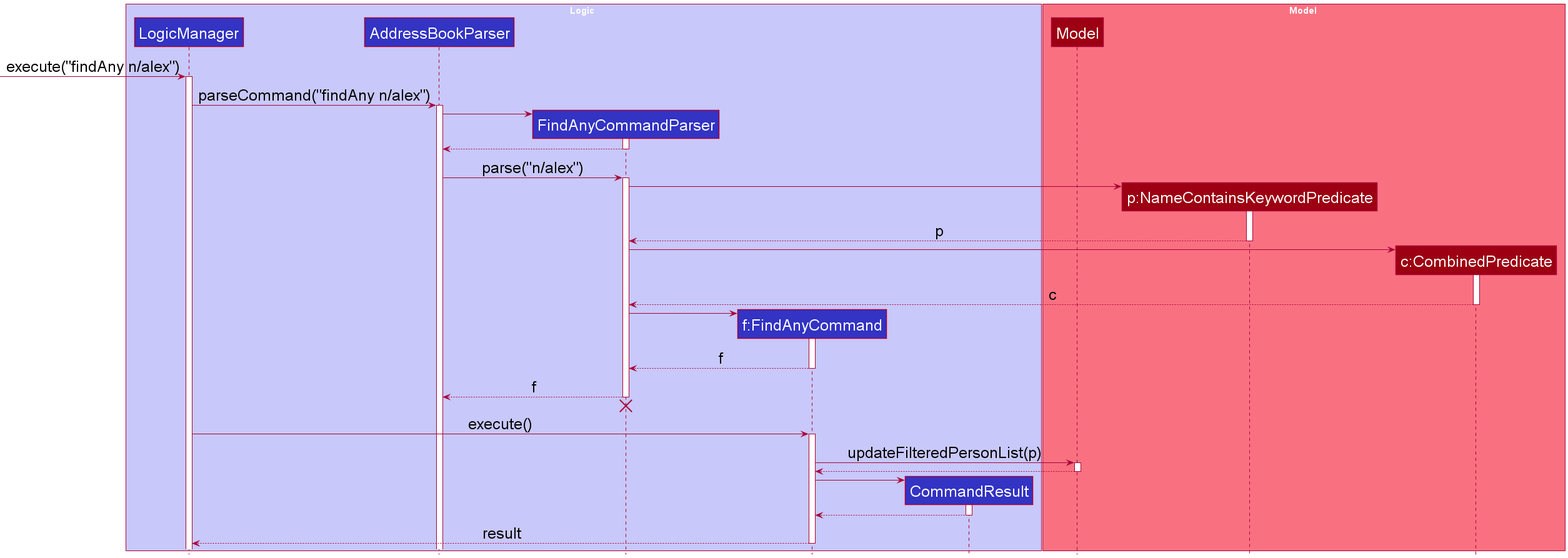
Before: docs/images/FindSequenceDiagram.png, a diagram exported from PlantUML (pranav-ganesh/tp).
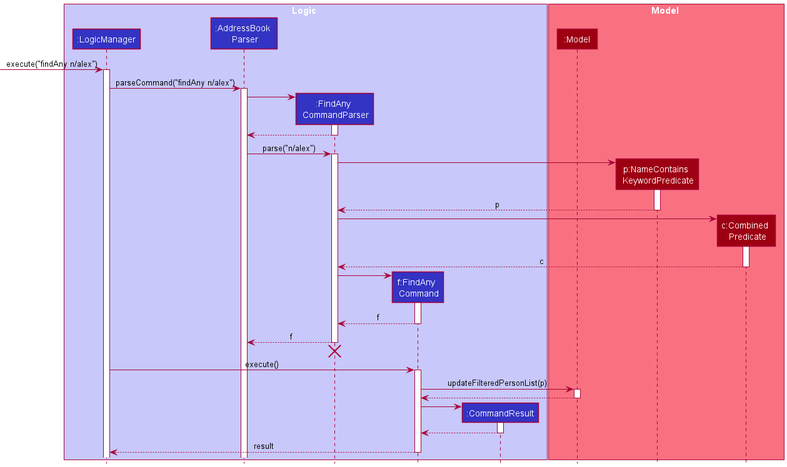
After the change.

What changed in the source:
```diff
@@ -1,23 +1,18 @@
 @startuml
 !include style.puml
 
-skinparam sequence {
-    ParticipantFontSize 25
-    ArrowFontSize 25
-}
-
 box Logic LOGIC_COLOR_T1
-participant LogicManager LOGIC_COLOR
-participant AddressBookParser LOGIC_COLOR
-participant FindAnyCommandParser LOGIC_COLOR
-participant "f:FindAnyCommand" as FindAnyCommand LOGIC_COLOR
-participant CommandResult LOGIC_COLOR
+participant ":LogicManager" as LogicManager LOGIC_COLOR
+participant ":AddressBook \n Parser" as AddressBookParser LOGIC_COLOR
+participant ":FindAny \n CommandParser" as FindAnyCommandParser LOGIC_COLOR
+participant "f:FindAny \n Command" as FindAnyCommand LOGIC_COLOR
+participant ":CommandResult" as CommandResult LOGIC_COLOR
 end box
 
 box Model MODEL_COLOR_T1
-participant Model MODEL_COLOR
-participant "p:NameContainsKeywordPredicate" as namePredicate MODEL_COLOR
-participant "c:CombinedPredicate" as combinedPredicate MODEL_COLOR
+participant ":Model" as Model MODEL_COLOR
+participant "p:NameContains \n KeywordPredicate" as namePredicate MODEL_COLOR
+participant "c:Combined \n Predicate" as combinedPredicate MODEL_COLOR
 end box
 
 -> LogicManager : execute("findAny n/alex")
```
